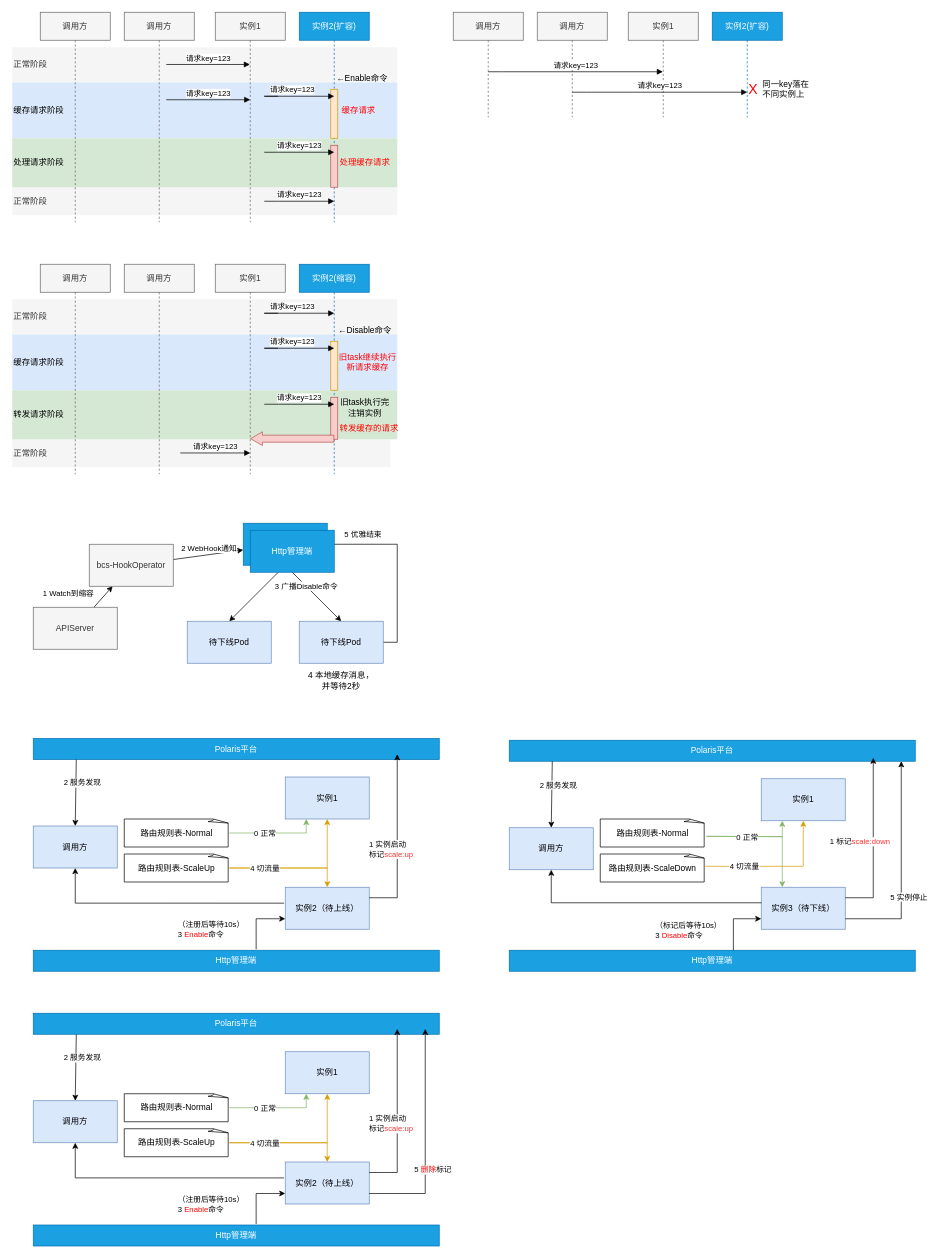
myfreejoey/picgo keeps this draw.io diagram as page "优雅机制" (4 of 6) of 业务上云.drawio. Above is the earlier version. Source tidied: cells renumbered, new cells numbered last; positions are measured from the earlier drawing's top-left corner, leaving out a move shared by most shapes. Both pictures are drawn from the tidied source at 70%, with x=0, y=0 at pixel (12, 12).
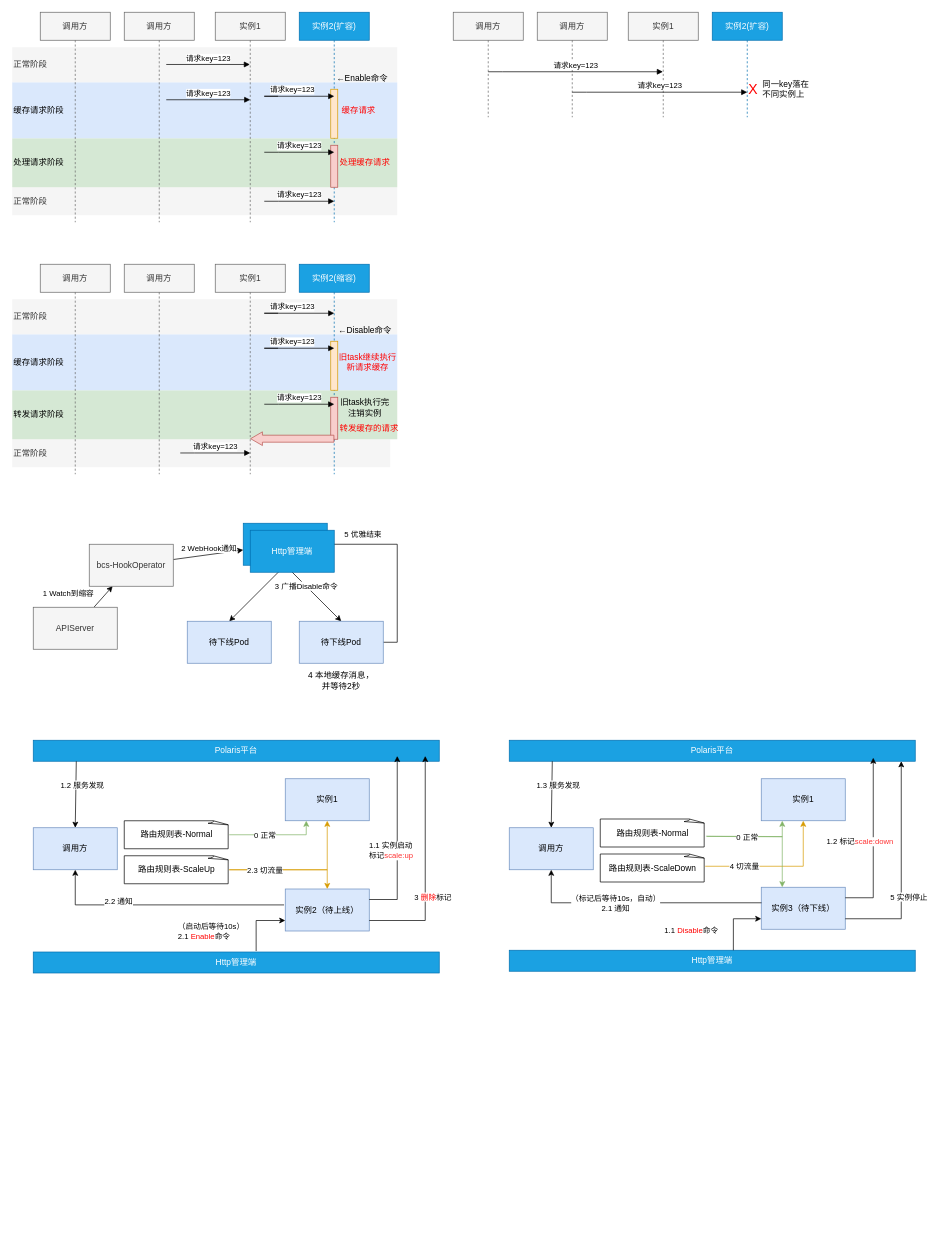
Above is the later version.

Commit message (it also covers changes not shown here):
更新业务上云.drawio

The change refers to these unchanged cells:
```xml
<mxCell id="65" style="rounded=0;jettySize=auto;html=1;edgeStyle=orthogonalEdgeStyle;exitX=1;exitY=0.25;exitDx=0;exitDy=0;" parent="1" edge="1" source="63">
  <mxGeometry relative="1" as="geometry">
    <mxPoint x="1230" y="1065" as="targetPoint" />
    <Array as="points">
      <mxPoint x="1230" y="1265" />
    </Array>
  </mxGeometry>
</mxCell>
<mxCell id="67" style="rounded=0;jettySize=auto;html=1;exitX=0.106;exitY=1.002;exitDx=0;exitDy=0;entryX=0.5;entryY=0;entryDx=0;entryDy=0;exitPerimeter=0;" parent="1" edge="1" source="64" target="61">
  <mxGeometry relative="1" as="geometry" />
</mxCell>
<mxCell id="72" style="edgeStyle=orthogonalEdgeStyle;rounded=0;jettySize=auto;html=1;entryX=0.5;entryY=1;entryDx=0;entryDy=0;exitX=0.003;exitY=0.37;exitDx=0;exitDy=0;exitPerimeter=0;" parent="1" edge="1" source="63" target="61">
  <mxGeometry relative="1" as="geometry" />
</mxCell>
<mxCell id="100" style="edgeStyle=orthogonalEdgeStyle;rounded=0;jettySize=auto;html=1;entryX=0;entryY=0.75;entryDx=0;entryDy=0;exitX=0.552;exitY=0;exitDx=0;exitDy=0;exitPerimeter=0;" parent="1" edge="1" source="96" target="63">
  <mxGeometry relative="1" as="geometry" />
</mxCell>
<mxCell id="108" style="rounded=0;jettySize=auto;html=1;exitX=0.106;exitY=1.002;exitDx=0;exitDy=0;entryX=0.5;entryY=0;entryDx=0;entryDy=0;exitPerimeter=0;" parent="1" edge="1" source="105" target="102">
  <mxGeometry relative="1" as="geometry" />
</mxCell>
<mxCell id="113" style="edgeStyle=orthogonalEdgeStyle;rounded=0;jettySize=auto;html=1;entryX=0;entryY=0.75;entryDx=0;entryDy=0;exitX=0.549;exitY=-0.044;exitDx=0;exitDy=0;exitPerimeter=0;" parent="1" edge="1" source="119" target="104">
  <mxGeometry relative="1" as="geometry" />
</mxCell>
<mxCell id="122" style="edgeStyle=orthogonalEdgeStyle;rounded=0;jettySize=auto;html=1;entryX=0.5;entryY=1;entryDx=0;entryDy=0;exitX=-0.014;exitY=0.379;exitDx=0;exitDy=0;exitPerimeter=0;" parent="1" edge="1" source="104" target="102">
  <mxGeometry relative="1" as="geometry" />
</mxCell>
```

The edit, as a diff of the source:
```diff
@@
-    <mxCell id="66" value="&lt;div style=&quot;text-align: left;&quot;&gt;1 标记&lt;font color=&quot;#ff3333&quot;&gt;scale:down&lt;/font&gt;&lt;/div&gt;" style="edgeLabel;html=1;align=center;verticalAlign=middle;" parent="65" vertex="1">
+    <mxCell id="66" value="&lt;div style=&quot;text-align: left;&quot;&gt;1.2 标记&lt;font color=&quot;#ff3333&quot;&gt;scale:down&lt;/font&gt;&lt;/div&gt;" style="edgeLabel;html=1;align=center;verticalAlign=middle;" parent="65" vertex="1">
       <mxGeometry x="-0.47" y="-1" relative="1" as="geometry">
         <mxPoint x="-21" y="-57" as="offset" />
       </mxGeometry>
     </mxCell>
@@
-    <mxCell id="68" value="&lt;div style=&quot;text-align: left;&quot;&gt;2 服务发现&lt;/div&gt;" style="edgeLabel;html=1;align=center;verticalAlign=middle;" parent="67" vertex="1">
+    <mxCell id="68" value="&lt;div style=&quot;text-align: left;&quot;&gt;1.3 服务发现&lt;/div&gt;" style="edgeLabel;html=1;align=center;verticalAlign=middle;" parent="67" vertex="1">
       <mxGeometry x="-0.47" y="-1" relative="1" as="geometry">
         <mxPoint x="9" y="8" as="offset" />
       </mxGeometry>
     </mxCell>
@@
+    <mxCell id="123" value="（标记后等待10s，自动）&lt;br&gt;2.1 通知" style="edgeLabel;html=1;align=center;verticalAlign=middle;" parent="72" vertex="1">
+      <mxGeometry x="-0.18" relative="1" as="geometry">
+        <mxPoint x="-67" as="offset" />
+      </mxGeometry>
+    </mxCell>
@@
-    <mxCell id="75" value="调用方" style="rounded=0;whiteSpace=wrap;html=1;fillColor=#dae8fc;strokeColor=#6c8ebf;" parent="1" vertex="1">
-      <mxGeometry x="30" y="1162.5" width="120" height="60" as="geometry" />
-    </mxCell>
-    <mxCell id="76" value="实例1" style="rounded=0;whiteSpace=wrap;html=1;fillColor=#dae8fc;strokeColor=#6c8ebf;" parent="1" vertex="1">
-      <mxGeometry x="390" y="1092.5" width="120" height="60" as="geometry" />
-    </mxCell>
-    <mxCell id="77" value="实例2（待上线）" style="rounded=0;whiteSpace=wrap;html=1;fillColor=#dae8fc;strokeColor=#6c8ebf;" parent="1" vertex="1">
-      <mxGeometry x="390" y="1250" width="120" height="60" as="geometry" />
-    </mxCell>
-    <mxCell id="78" value="Polaris平台" style="rounded=0;whiteSpace=wrap;html=1;fillColor=#1ba1e2;strokeColor=#006EAF;fontColor=#ffffff;" parent="1" vertex="1">
-      <mxGeometry x="30" y="1037.5" width="580" height="30" as="geometry" />
-    </mxCell>
-    <mxCell id="79" style="rounded=0;jettySize=auto;html=1;edgeStyle=orthogonalEdgeStyle;exitX=1;exitY=0.25;exitDx=0;exitDy=0;" parent="1" edge="1" source="77">
-      <mxGeometry relative="1" as="geometry">
-        <mxPoint x="550" y="1060" as="targetPoint" />
-        <Array as="points">
-          <mxPoint x="550" y="1265" />
-        </Array>
-      </mxGeometry>
-    </mxCell>
-    <mxCell id="80" value="&lt;div style=&quot;text-align: left;&quot;&gt;1 实例启动&lt;/div&gt;&lt;div style=&quot;text-align: left;&quot;&gt;标记&lt;font color=&quot;#ff3333&quot;&gt;scale:up&lt;/font&gt;&lt;/div&gt;" style="edgeLabel;html=1;align=center;verticalAlign=middle;" parent="79" vertex="1">
-      <mxGeometry x="-0.47" y="-1" relative="1" as="geometry">
-        <mxPoint x="-11" y="-45" as="offset" />
-      </mxGeometry>
-    </mxCell>
-    <mxCell id="81" style="rounded=0;jettySize=auto;html=1;exitX=0.106;exitY=1.002;exitDx=0;exitDy=0;entryX=0.5;entryY=0;entryDx=0;entryDy=0;exitPerimeter=0;" parent="1" edge="1" source="78" target="75">
-      <mxGeometry relative="1" as="geometry" />
-    </mxCell>
-    <mxCell id="82" value="&lt;div style=&quot;text-align: left;&quot;&gt;2 服务发现&lt;/div&gt;" style="edgeLabel;html=1;align=center;verticalAlign=middle;" parent="81" vertex="1">
-      <mxGeometry x="-0.47" y="-1" relative="1" as="geometry">
-        <mxPoint x="9" y="8" as="offset" />
-      </mxGeometry>
-    </mxCell>
-    <mxCell id="83" style="edgeStyle=orthogonalEdgeStyle;rounded=0;jettySize=auto;html=1;entryX=0.25;entryY=1;entryDx=0;entryDy=0;fillColor=#d5e8d4;strokeColor=#82b366;exitX=1;exitY=0.5;exitDx=0;exitDy=0;exitPerimeter=0;" parent="1" edge="1" source="92" target="76">
-      <mxGeometry relative="1" as="geometry" />
-    </mxCell>
-    <mxCell id="84" value="0 正常" style="edgeLabel;html=1;align=center;verticalAlign=middle;" parent="83" vertex="1">
-      <mxGeometry x="-0.31" y="2" relative="1" as="geometry">
-        <mxPoint x="5" y="2" as="offset" />
-      </mxGeometry>
-    </mxCell>
-    <mxCell id="85" style="edgeStyle=orthogonalEdgeStyle;rounded=0;jettySize=auto;html=1;entryX=0.5;entryY=1;entryDx=0;entryDy=0;fillColor=#ffe6cc;strokeColor=#d79b00;exitX=1;exitY=0.5;exitDx=0;exitDy=0;exitPerimeter=0;" parent="1" edge="1" source="93" target="76">
-      <mxGeometry relative="1" as="geometry">
-        <Array as="points">
-          <mxPoint x="450" y="1223" />
-        </Array>
-      </mxGeometry>
-    </mxCell>
-    <mxCell id="86" style="edgeStyle=orthogonalEdgeStyle;rounded=0;jettySize=auto;html=1;entryX=0;entryY=0.75;entryDx=0;entryDy=0;exitX=0.549;exitY=-0.044;exitDx=0;exitDy=0;exitPerimeter=0;" parent="1" edge="1" source="95" target="77">
-      <mxGeometry relative="1" as="geometry" />
-    </mxCell>
-    <mxCell id="87" value="（注册后等待10s）&lt;br&gt;3 &lt;font color=&quot;#ff0000&quot;&gt;Enable&lt;/font&gt;命令" style="edgeLabel;html=1;align=left;verticalAlign=middle;" parent="86" vertex="1">
-      <mxGeometry x="-0.09" y="-1" relative="1" as="geometry">
-        <mxPoint x="-114" y="10" as="offset" />
-      </mxGeometry>
-    </mxCell>
-    <mxCell id="88" style="edgeStyle=orthogonalEdgeStyle;rounded=0;jettySize=auto;html=1;entryX=0.5;entryY=0;entryDx=0;entryDy=0;fillColor=#ffe6cc;strokeColor=#d79b00;exitX=1;exitY=0.5;exitDx=0;exitDy=0;exitPerimeter=0;" parent="1" edge="1" source="93" target="77">
-      <mxGeometry relative="1" as="geometry">
-        <Array as="points">
-          <mxPoint x="450" y="1223" />
-        </Array>
-      </mxGeometry>
-    </mxCell>
-    <mxCell id="89" value="4 切流量" style="edgeLabel;html=1;align=center;verticalAlign=middle;" parent="88" vertex="1">
-      <mxGeometry x="-0.16" relative="1" as="geometry">
-        <mxPoint x="-20" as="offset" />
-      </mxGeometry>
-    </mxCell>
@@
-    <mxCell id="92" value="路由规则表-Normal" style="whiteSpace=wrap;html=1;shape=mxgraph.basic.document;" parent="1" vertex="1">
-      <mxGeometry x="160" y="1152.5" width="150" height="40" as="geometry" />
-    </mxCell>
-    <mxCell id="93" value="路由规则表-ScaleUp" style="whiteSpace=wrap;html=1;shape=mxgraph.basic.document;" parent="1" vertex="1">
-      <mxGeometry x="160" y="1202.5" width="150" height="40" as="geometry" />
-    </mxCell>
@@
-    <mxCell id="95" value="Http管理端" style="rounded=0;whiteSpace=wrap;html=1;fillColor=#1ba1e2;strokeColor=#006EAF;fontColor=#ffffff;" parent="1" vertex="1">
-      <mxGeometry x="30" y="1340" width="580" height="30" as="geometry" />
-    </mxCell>
@@
-    <mxCell id="99" style="edgeStyle=orthogonalEdgeStyle;rounded=0;jettySize=auto;html=1;entryX=0.5;entryY=1;entryDx=0;entryDy=0;exitX=-0.014;exitY=0.379;exitDx=0;exitDy=0;exitPerimeter=0;" parent="1" edge="1" source="77" target="75">
-      <mxGeometry relative="1" as="geometry" />
-    </mxCell>
@@
-    <mxCell id="101" value="（标记后等待10s）&lt;br style=&quot;border-color: var(--border-color);&quot;&gt;3&amp;nbsp;&lt;font style=&quot;border-color: var(--border-color);&quot; color=&quot;#ff0000&quot;&gt;Disable&lt;/font&gt;命令" style="edgeLabel;html=1;align=left;verticalAlign=middle;" parent="100" vertex="1">
+    <mxCell id="101" value="1.1&amp;nbsp;&lt;font style=&quot;border-color: var(--border-color);&quot; color=&quot;#ff0000&quot;&gt;Disable&lt;/font&gt;命令" style="edgeLabel;html=1;align=left;verticalAlign=middle;" parent="100" vertex="1">
       <mxGeometry x="-0.09" y="-1" relative="1" as="geometry">
-        <mxPoint x="-114" y="10" as="offset" />
+        <mxPoint x="-101" y="10" as="offset" />
       </mxGeometry>
     </mxCell>
     <mxCell id="102" value="调用方" style="rounded=0;whiteSpace=wrap;html=1;fillColor=#dae8fc;strokeColor=#6c8ebf;" parent="1" vertex="1">
-      <mxGeometry x="30" y="1555" width="120" height="60" as="geometry" />
+      <mxGeometry x="30" y="1165" width="120" height="60" as="geometry" />
     </mxCell>
     <mxCell id="103" value="实例1" style="rounded=0;whiteSpace=wrap;html=1;fillColor=#dae8fc;strokeColor=#6c8ebf;" parent="1" vertex="1">
-      <mxGeometry x="390" y="1485" width="120" height="60" as="geometry" />
+      <mxGeometry x="390" y="1095" width="120" height="60" as="geometry" />
     </mxCell>
     <mxCell id="104" value="实例2（待上线）" style="rounded=0;whiteSpace=wrap;html=1;fillColor=#dae8fc;strokeColor=#6c8ebf;" parent="1" vertex="1">
-      <mxGeometry x="390" y="1642.5" width="120" height="60" as="geometry" />
+      <mxGeometry x="390" y="1252.5" width="120" height="60" as="geometry" />
     </mxCell>
     <mxCell id="105" value="Polaris平台" style="rounded=0;whiteSpace=wrap;html=1;fillColor=#1ba1e2;strokeColor=#006EAF;fontColor=#ffffff;" parent="1" vertex="1">
-      <mxGeometry x="30" y="1430" width="580" height="30" as="geometry" />
+      <mxGeometry x="30" y="1040" width="580" height="30" as="geometry" />
     </mxCell>
     <mxCell id="106" style="rounded=0;jettySize=auto;html=1;edgeStyle=orthogonalEdgeStyle;exitX=1;exitY=0.25;exitDx=0;exitDy=0;" parent="1" edge="1" source="104">
       <mxGeometry relative="1" as="geometry">
-        <mxPoint x="550" y="1452.5" as="targetPoint" />
+        <mxPoint x="550" y="1062.5" as="targetPoint" />
         <Array as="points">
-          <mxPoint x="550" y="1657.5" />
+          <mxPoint x="550" y="1267.5" />
         </Array>
       </mxGeometry>
     </mxCell>
-    <mxCell id="107" value="&lt;div style=&quot;text-align: left;&quot;&gt;1 实例启动&lt;/div&gt;&lt;div style=&quot;text-align: left;&quot;&gt;标记&lt;font color=&quot;#ff3333&quot;&gt;scale:up&lt;/font&gt;&lt;/div&gt;" style="edgeLabel;html=1;align=center;verticalAlign=middle;" parent="106" vertex="1">
+    <mxCell id="107" value="&lt;div style=&quot;text-align: left;&quot;&gt;1.1 实例启动&lt;/div&gt;&lt;div style=&quot;text-align: left;&quot;&gt;标记&lt;font color=&quot;#ff3333&quot;&gt;scale:up&lt;/font&gt;&lt;/div&gt;" style="edgeLabel;html=1;align=center;verticalAlign=middle;" parent="106" vertex="1">
       <mxGeometry x="-0.47" y="-1" relative="1" as="geometry">
         <mxPoint x="-11" y="-45" as="offset" />
       </mxGeometry>
     </mxCell>
@@
-    <mxCell id="109" value="&lt;div style=&quot;text-align: left;&quot;&gt;2 服务发现&lt;/div&gt;" style="edgeLabel;html=1;align=center;verticalAlign=middle;" parent="108" vertex="1">
+    <mxCell id="109" value="&lt;div style=&quot;text-align: left;&quot;&gt;1.2 服务发现&lt;/div&gt;" style="edgeLabel;html=1;align=center;verticalAlign=middle;" parent="108" vertex="1">
       <mxGeometry x="-0.47" y="-1" relative="1" as="geometry">
         <mxPoint x="9" y="8" as="offset" />
       </mxGeometry>
     </mxCell>
@@
     <mxCell id="112" style="edgeStyle=orthogonalEdgeStyle;rounded=0;jettySize=auto;html=1;entryX=0.5;entryY=1;entryDx=0;entryDy=0;fillColor=#ffe6cc;strokeColor=#d79b00;exitX=1;exitY=0.5;exitDx=0;exitDy=0;exitPerimeter=0;" parent="1" edge="1" source="118" target="103">
       <mxGeometry relative="1" as="geometry">
         <Array as="points">
-          <mxPoint x="450" y="1615.5" />
+          <mxPoint x="450" y="1225.5" />
         </Array>
       </mxGeometry>
     </mxCell>
@@
-    <mxCell id="114" value="（注册后等待10s）&lt;br&gt;3 &lt;font color=&quot;#ff0000&quot;&gt;Enable&lt;/font&gt;命令" style="edgeLabel;html=1;align=left;verticalAlign=middle;" parent="113" vertex="1">
+    <mxCell id="114" value="（启动后等待10s）&lt;br&gt;2.1&amp;nbsp;&lt;font color=&quot;#ff0000&quot;&gt;Enable&lt;/font&gt;命令" style="edgeLabel;html=1;align=left;verticalAlign=middle;" parent="113" vertex="1">
       <mxGeometry x="-0.09" y="-1" relative="1" as="geometry">
         <mxPoint x="-114" y="10" as="offset" />
       </mxGeometry>
     </mxCell>
     <mxCell id="115" style="edgeStyle=orthogonalEdgeStyle;rounded=0;jettySize=auto;html=1;entryX=0.5;entryY=0;entryDx=0;entryDy=0;fillColor=#ffe6cc;strokeColor=#d79b00;exitX=1;exitY=0.5;exitDx=0;exitDy=0;exitPerimeter=0;" parent="1" edge="1" source="118" target="104">
       <mxGeometry relative="1" as="geometry">
         <Array as="points">
-          <mxPoint x="450" y="1615.5" />
+          <mxPoint x="450" y="1225.5" />
         </Array>
       </mxGeometry>
     </mxCell>
-    <mxCell id="116" value="4 切流量" style="edgeLabel;html=1;align=center;verticalAlign=middle;" parent="115" vertex="1">
+    <mxCell id="116" value="2.3 切流量" style="edgeLabel;html=1;align=center;verticalAlign=middle;" parent="115" vertex="1">
       <mxGeometry x="-0.16" relative="1" as="geometry">
         <mxPoint x="-20" as="offset" />
       </mxGeometry>
     </mxCell>
     <mxCell id="117" value="路由规则表-Normal" style="whiteSpace=wrap;html=1;shape=mxgraph.basic.document;" parent="1" vertex="1">
-      <mxGeometry x="160" y="1545" width="150" height="40" as="geometry" />
+      <mxGeometry x="160" y="1155" width="150" height="40" as="geometry" />
     </mxCell>
     <mxCell id="118" value="路由规则表-ScaleUp" style="whiteSpace=wrap;html=1;shape=mxgraph.basic.document;" parent="1" vertex="1">
-      <mxGeometry x="160" y="1595" width="150" height="40" as="geometry" />
+      <mxGeometry x="160" y="1205" width="150" height="40" as="geometry" />
     </mxCell>
     <mxCell id="119" value="Http管理端" style="rounded=0;whiteSpace=wrap;html=1;fillColor=#1ba1e2;strokeColor=#006EAF;fontColor=#ffffff;" parent="1" vertex="1">
-      <mxGeometry x="30" y="1732.5" width="580" height="30" as="geometry" />
+      <mxGeometry x="30" y="1342.5" width="580" height="30" as="geometry" />
     </mxCell>
     <mxCell id="120" style="rounded=0;jettySize=auto;html=1;edgeStyle=orthogonalEdgeStyle;exitX=1;exitY=0.75;exitDx=0;exitDy=0;" parent="1" edge="1" source="104">
       <mxGeometry relative="1" as="geometry">
-        <mxPoint x="590" y="1452.5" as="targetPoint" />
+        <mxPoint x="590" y="1062.5" as="targetPoint" />
         <Array as="points">
-          <mxPoint x="590" y="1687.5" />
+          <mxPoint x="590" y="1297.5" />
         </Array>
       </mxGeometry>
     </mxCell>
-    <mxCell id="121" value="&lt;div style=&quot;text-align: left;&quot;&gt;5 &lt;font color=&quot;#ff0000&quot;&gt;删除&lt;/font&gt;标记&lt;/div&gt;" style="edgeLabel;html=1;align=center;verticalAlign=middle;" parent="120" vertex="1">
+    <mxCell id="121" value="&lt;div style=&quot;text-align: left;&quot;&gt;3&amp;nbsp;&lt;font color=&quot;#ff0000&quot;&gt;删除&lt;/font&gt;标记&lt;/div&gt;" style="edgeLabel;html=1;align=center;verticalAlign=middle;" parent="120" vertex="1">
       <mxGeometry x="-0.47" y="-1" relative="1" as="geometry">
         <mxPoint x="9" y="-31" as="offset" />
       </mxGeometry>
     </mxCell>
@@
+    <mxCell id="124" value="2.2 通知" style="edgeLabel;html=1;align=center;verticalAlign=middle;" parent="122" vertex="1">
+      <mxGeometry x="-0.15" y="-1" relative="1" as="geometry">
+        <mxPoint x="-89" y="-4" as="offset" />
+      </mxGeometry>
+    </mxCell>
```
